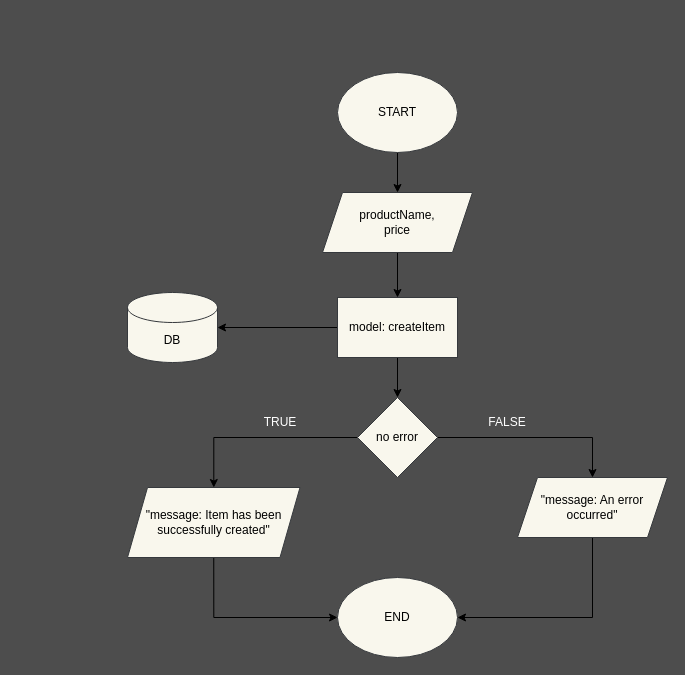
Before: page "create item" (3 of 8) of src/flowchart/flowchart.drawio in CUPAXX/b22-backend-beginner, a draw.io diagram. Source tidied: cells renumbered, new cells numbered last; positions are measured from the earlier drawing's top-left corner, leaving out a move shared by most shapes. Both pictures are drawn from the tidied source at 100%, with x=0, y=0 at pixel (127, 72).
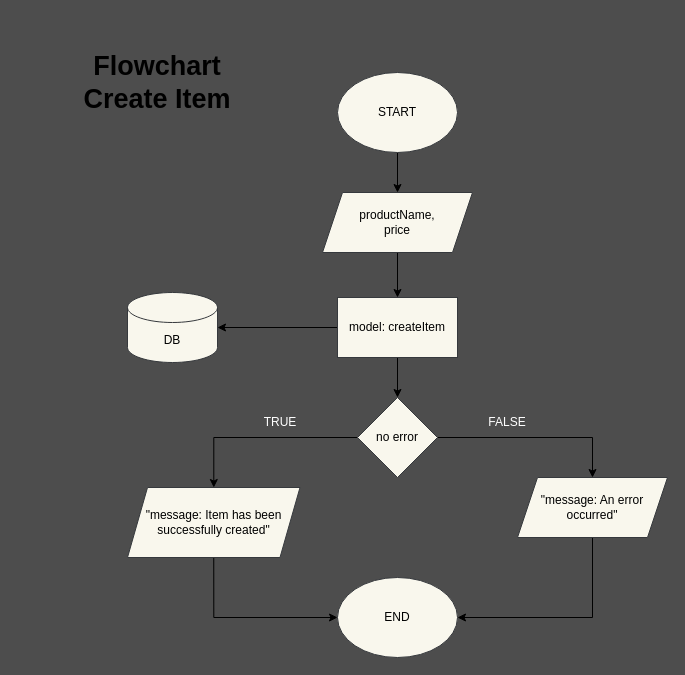
The same page after the edit.

Change to the diagram source:
```diff
@@
+    <mxCell id="20" value="&lt;font style=&quot;font-size: 27px&quot;&gt;&lt;b&gt;Flowchart&lt;br&gt;Create Item&lt;/b&gt;&lt;/font&gt;" style="text;html=1;strokeColor=none;fillColor=none;align=center;verticalAlign=middle;whiteSpace=wrap;rounded=0;" parent="1" vertex="1">
+      <mxGeometry x="-110" y="-55" width="280" height="130" as="geometry" />
+    </mxCell>
```
